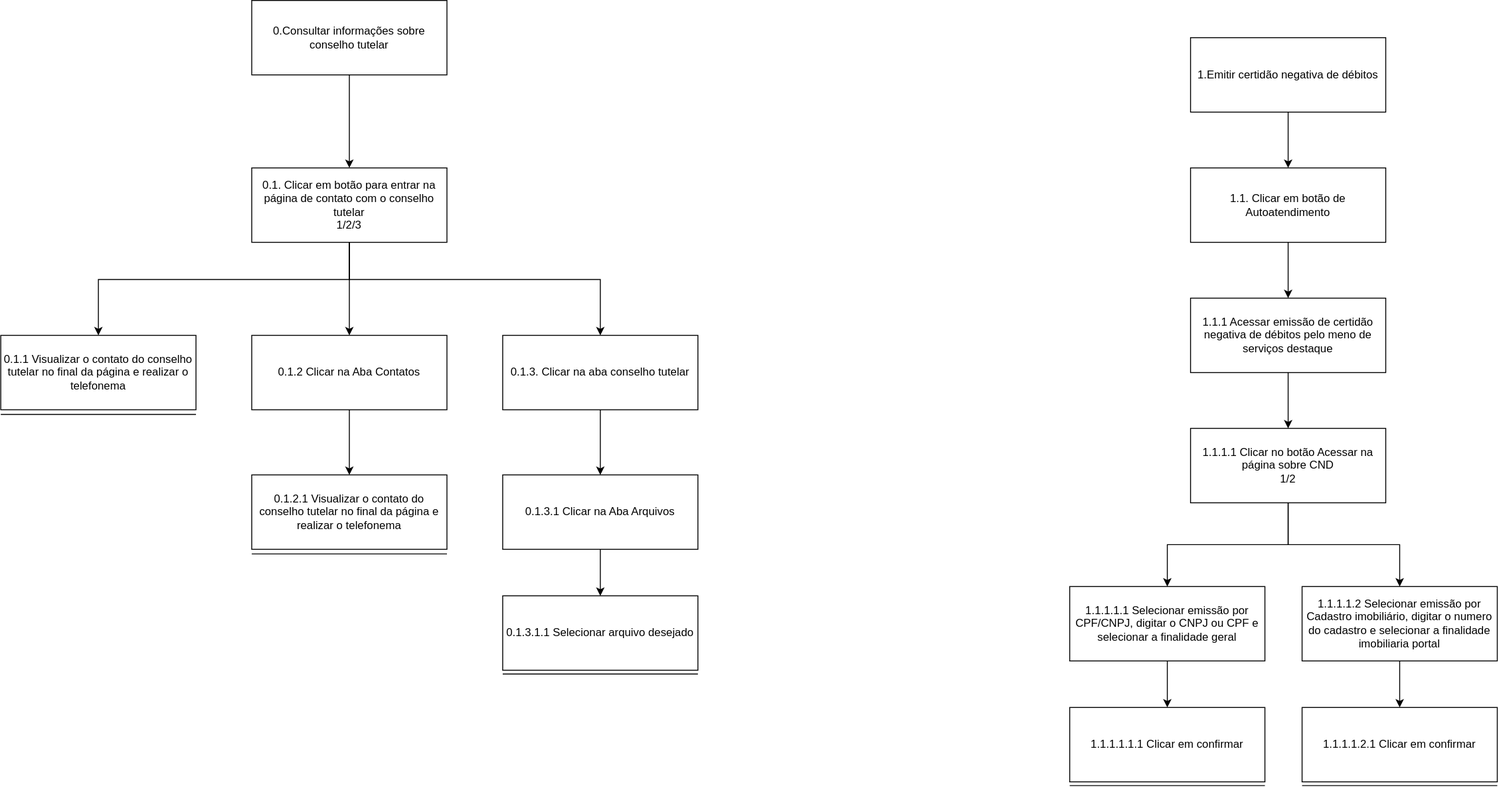
Above: docs/images/analiseTarefas/HTADeclaracaoNegativa.svg in Interacao-Humano-Computador/2021.1-Prefeitura-de-Concordia (draw.io), before the change. Source tidied: cells renumbered, new cells last; positions are measured from the earlier drawing's top-left corner, leaving out a move shared by most shapes.
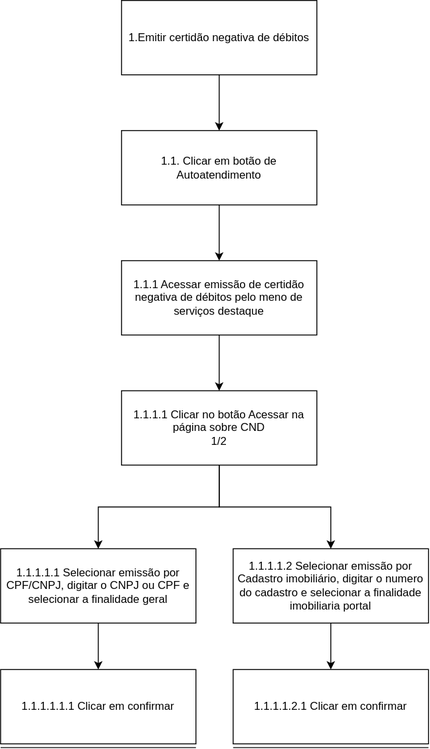
The same file after the commit.

Commit message:
Corrigidas imagens HTA

What changed in the source:
```diff
@@ -2,61 +2,6 @@
   <root>
     <mxCell id="0" />
     <mxCell id="1" parent="0" />
-    <mxCell id="2" style="edgeStyle=orthogonalEdgeStyle;rounded=0;jettySize=auto;html=1;" parent="1" edge="1" source="3" target="7">
-      <mxGeometry relative="1" as="geometry" />
-    </mxCell>
-    <mxCell id="3" value="0.Consultar informações sobre conselho tutelar" style="rounded=0;whiteSpace=wrap;html=1;" parent="1" vertex="1">
-      <mxGeometry x="270" width="210" height="80" as="geometry" />
-    </mxCell>
-    <mxCell id="4" style="edgeStyle=orthogonalEdgeStyle;rounded=0;jettySize=auto;html=1;" parent="1" edge="1" source="7" target="10">
-      <mxGeometry relative="1" as="geometry">
-        <Array as="points">
-          <mxPoint x="375" y="300" />
-          <mxPoint x="105" y="300" />
-        </Array>
-      </mxGeometry>
-    </mxCell>
-    <mxCell id="5" style="edgeStyle=orthogonalEdgeStyle;rounded=0;jettySize=auto;html=1;" parent="1" edge="1" source="7" target="9">
-      <mxGeometry relative="1" as="geometry">
-        <Array as="points">
-          <mxPoint x="375" y="300" />
-          <mxPoint x="645" y="300" />
-        </Array>
-      </mxGeometry>
-    </mxCell>
-    <mxCell id="6" style="edgeStyle=orthogonalEdgeStyle;rounded=0;jettySize=auto;html=1;" parent="1" edge="1" source="7" target="12">
-      <mxGeometry relative="1" as="geometry" />
-    </mxCell>
-    <mxCell id="7" value="0.1. Clicar em botão para entrar na página de contato com o conselho tutelar&lt;br&gt;1/2/3" style="rounded=0;whiteSpace=wrap;html=1;" parent="1" vertex="1">
-      <mxGeometry x="270" y="180" width="210" height="80" as="geometry" />
-    </mxCell>
-    <mxCell id="8" style="edgeStyle=orthogonalEdgeStyle;rounded=0;jettySize=auto;html=1;entryX=0.5;entryY=0;entryDx=0;entryDy=0;" parent="1" edge="1" source="9" target="15">
-      <mxGeometry relative="1" as="geometry" />
-    </mxCell>
-    <mxCell id="9" value="0.1.3. Clicar na aba conselho tutelar" style="rounded=0;whiteSpace=wrap;html=1;" parent="1" vertex="1">
-      <mxGeometry x="540" y="360" width="210" height="80" as="geometry" />
-    </mxCell>
-    <mxCell id="10" value="0.1.1 Visualizar o contato do conselho tutelar no final da página e realizar o telefonema" style="rounded=0;whiteSpace=wrap;html=1;" parent="1" vertex="1">
-      <mxGeometry y="360" width="210" height="80" as="geometry" />
-    </mxCell>
-    <mxCell id="11" style="edgeStyle=orthogonalEdgeStyle;rounded=0;jettySize=auto;html=1;" parent="1" edge="1" source="12" target="13">
-      <mxGeometry relative="1" as="geometry" />
-    </mxCell>
-    <mxCell id="12" value="0.1.2 Clicar na Aba Contatos" style="rounded=0;whiteSpace=wrap;html=1;" parent="1" vertex="1">
-      <mxGeometry x="270" y="360" width="210" height="80" as="geometry" />
-    </mxCell>
-    <mxCell id="13" value="0.1.2.1 Visualizar o contato do conselho tutelar no final da página e realizar o telefonema" style="rounded=0;whiteSpace=wrap;html=1;" parent="1" vertex="1">
-      <mxGeometry x="270" y="510" width="210" height="80" as="geometry" />
-    </mxCell>
-    <mxCell id="14" style="edgeStyle=orthogonalEdgeStyle;rounded=0;jettySize=auto;html=1;" parent="1" edge="1" source="15" target="16">
-      <mxGeometry relative="1" as="geometry" />
-    </mxCell>
-    <mxCell id="15" value="0.1.3.1 Clicar na Aba Arquivos" style="rounded=0;whiteSpace=wrap;html=1;" parent="1" vertex="1">
-      <mxGeometry x="540" y="510" width="210" height="80" as="geometry" />
-    </mxCell>
-    <mxCell id="16" value="0.1.3.1.1 Selecionar arquivo desejado" style="rounded=0;whiteSpace=wrap;html=1;" parent="1" vertex="1">
-      <mxGeometry x="540" y="640" width="210" height="80" as="geometry" />
-    </mxCell>
     <mxCell id="17" style="edgeStyle=orthogonalEdgeStyle;rounded=0;jettySize=auto;html=1;" parent="1" edge="1" source="18" target="20">
       <mxGeometry relative="1" as="geometry" />
     </mxCell>
@@ -102,35 +47,17 @@
     <mxCell id="31" value="1.1.1.1.2.1 Clicar em confirmar" style="rounded=0;whiteSpace=wrap;html=1;" parent="1" vertex="1">
       <mxGeometry x="1400" y="760" width="210" height="80" as="geometry" />
     </mxCell>
-    <mxCell id="32" style="endArrow=none;html=1;" parent="1" edge="1">
-      <mxGeometry relative="1" as="geometry">
-        <mxPoint y="445" as="sourcePoint" />
-        <mxPoint x="210" y="445" as="targetPoint" />
-      </mxGeometry>
-    </mxCell>
-    <mxCell id="33" style="endArrow=none;html=1;" parent="1" edge="1">
-      <mxGeometry relative="1" as="geometry">
-        <mxPoint x="270" y="595" as="sourcePoint" />
-        <mxPoint x="480" y="595" as="targetPoint" />
-      </mxGeometry>
-    </mxCell>
-    <mxCell id="34" style="endArrow=none;html=1;" parent="1" edge="1">
-      <mxGeometry relative="1" as="geometry">
-        <mxPoint x="540" y="724" as="sourcePoint" />
-        <mxPoint x="750" y="724" as="targetPoint" />
-      </mxGeometry>
-    </mxCell>
-    <mxCell id="35" style="endArrow=none;html=1;" parent="1" edge="1">
-      <mxGeometry relative="1" as="geometry">
-        <mxPoint x="1150" y="844" as="sourcePoint" />
-        <mxPoint x="1360" y="844" as="targetPoint" />
-      </mxGeometry>
-    </mxCell>
-    <mxCell id="36" style="endArrow=none;html=1;" parent="1" edge="1">
-      <mxGeometry relative="1" as="geometry">
-        <mxPoint x="1400" y="844" as="sourcePoint" />
-        <mxPoint x="1610" y="844" as="targetPoint" />
-      </mxGeometry>
-    </mxCell>
+    <mxCell id="37" style="endArrow=none;html=1;" parent="1" edge="1">
+      <mxGeometry relative="1" as="geometry">
+        <mxPoint x="1150" y="844" as="sourcePoint" />
+        <mxPoint x="1360" y="844" as="targetPoint" />
+      </mxGeometry>
+    </mxCell>
+    <mxCell id="38" style="endArrow=none;html=1;" parent="1" edge="1">
+      <mxGeometry relative="1" as="geometry">
+        <mxPoint x="1400" y="844" as="sourcePoint" />
+        <mxPoint x="1610" y="844" as="targetPoint" />
+      </mxGeometry>
+    </mxCell>
   </root>
 </mxGraphModel>
```
